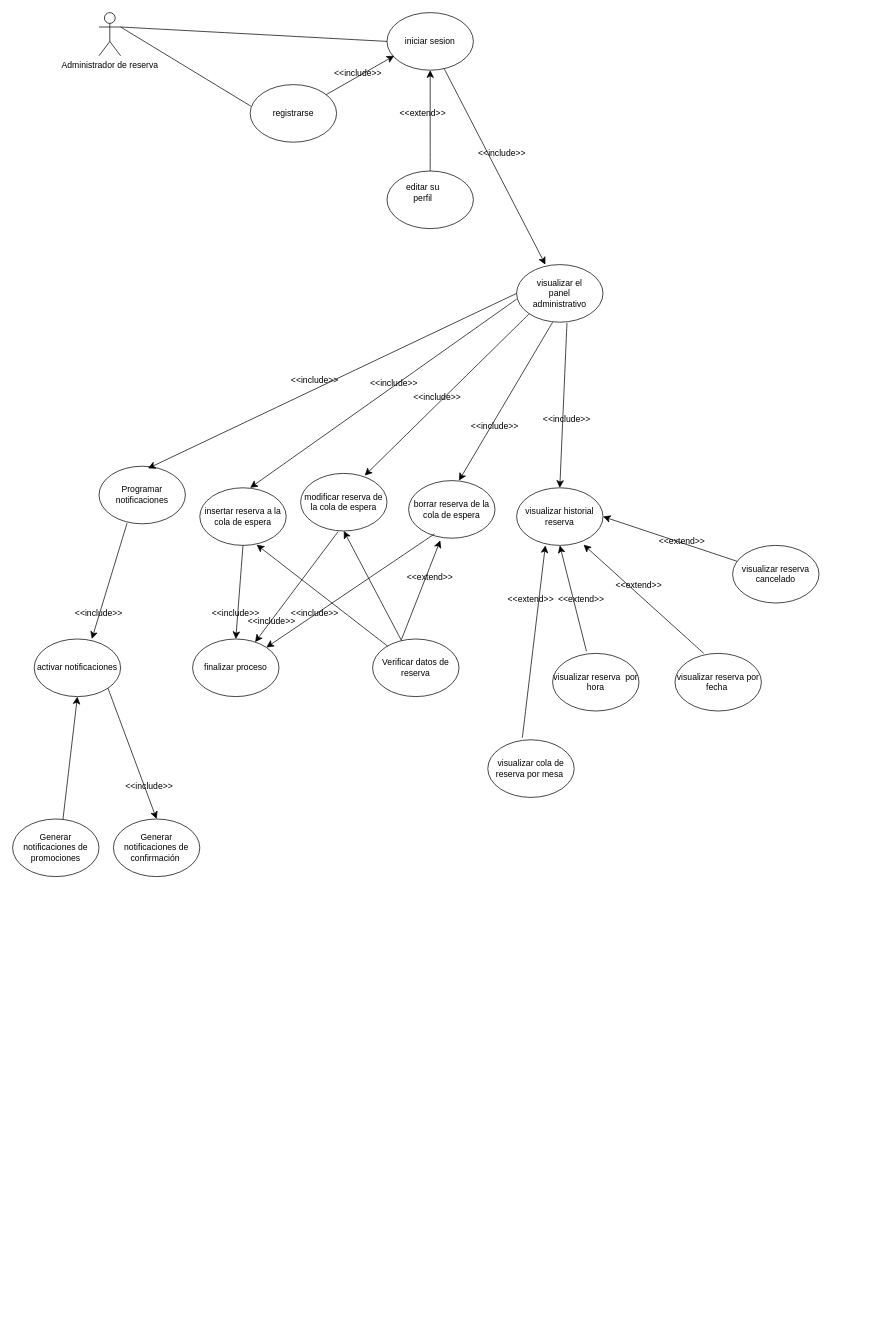
jessec01/database keeps this draw.io diagram as page "Página-1" (1 of 2) of diagrama de caso de uso.drawio. Above is the earlier version. Source tidied: cells renumbered, new cells numbered last; positions are measured from the earlier drawing's top-left corner, leaving out a move shared by most shapes. Both pictures are drawn from the tidied source at 72%, with x=0, y=0 at pixel (12, 12).
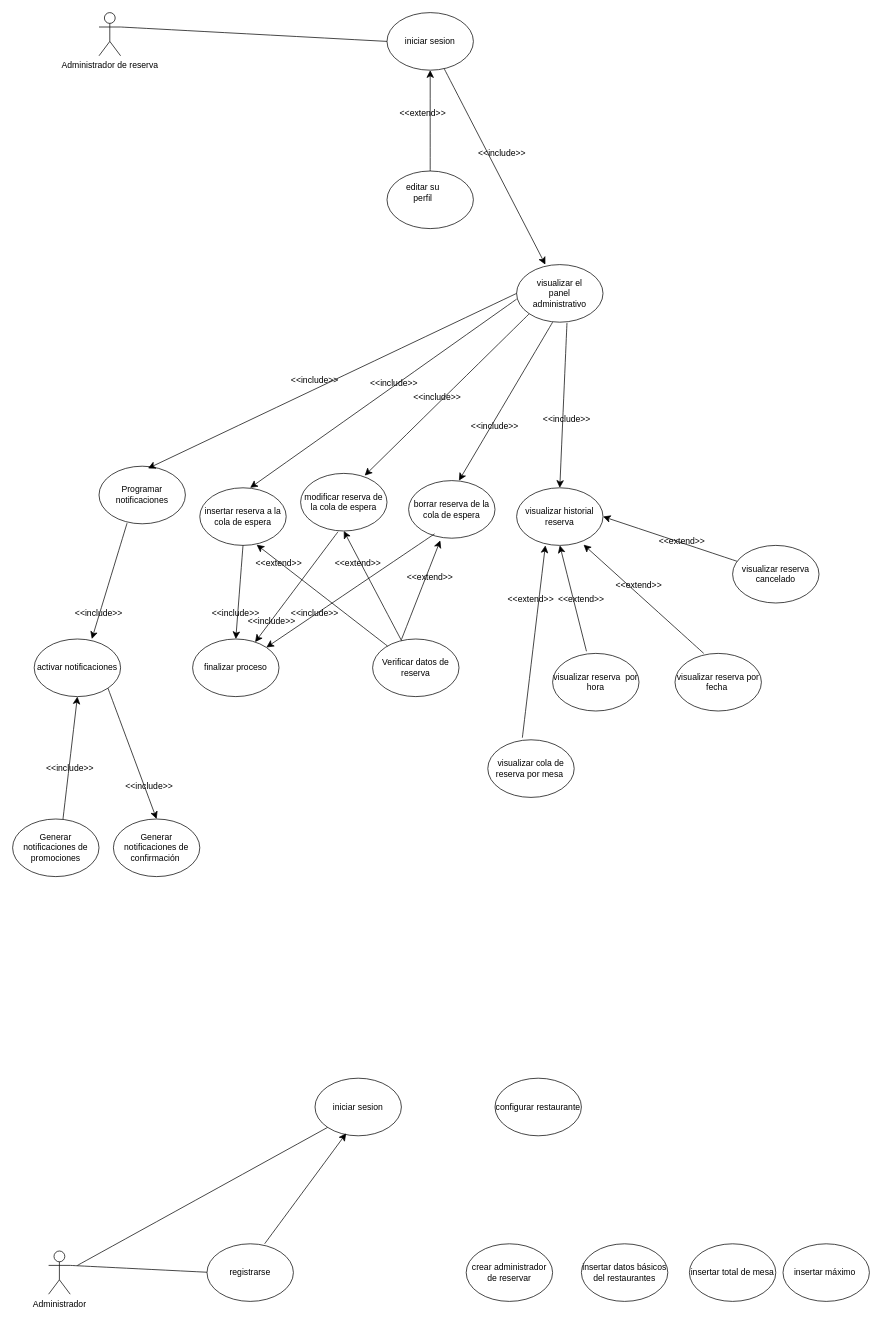
The same page after the edit.

Unchanged cells that the change refers to:
```xml
<mxCell id="2" value="Administrador de reserva" style="shape=umlActor;verticalLabelPosition=bottom;verticalAlign=top;html=1;outlineConnect=0;" parent="1" vertex="1">
  <mxGeometry x="120" width="30" height="60" as="geometry" />
</mxCell>
```

What changed in the source:
```diff
@@
-    <mxCell id="3" style="endArrow=none;html=1;rounded=0;fontSize=12;startSize=8;endSize=8;curved=1;exitX=1;exitY=0.3333333333333333;exitDx=0;exitDy=0;exitPerimeter=0;entryX=0.008;entryY=0.375;entryDx=0;entryDy=0;entryPerimeter=0;" parent="1" edge="1" source="2" target="4">
-      <mxGeometry relative="1" as="geometry" />
-    </mxCell>
-    <mxCell id="4" style="ellipse;whiteSpace=wrap;html=1;" parent="1" vertex="1">
-      <mxGeometry x="330" y="100" width="120" height="80" as="geometry" />
-    </mxCell>
-    <mxCell id="5" value="registrarse" style="text;html=1;align=center;verticalAlign=middle;whiteSpace=wrap;rounded=0;" parent="1" vertex="1">
-      <mxGeometry x="360" y="125" width="60" height="30" as="geometry" />
-    </mxCell>
@@
-    <mxCell id="13" style="endArrow=classic;html=1;rounded=0;fontSize=12;startSize=8;endSize=8;curved=1;" parent="1" edge="1" source="4">
-      <mxGeometry relative="1" as="geometry">
-        <mxPoint x="530" y="60" as="targetPoint" />
-      </mxGeometry>
-    </mxCell>
@@
-    <mxCell id="55" value="&amp;lt;&amp;lt;include&amp;gt;&amp;gt;" style="text;html=1;align=center;verticalAlign=middle;whiteSpace=wrap;rounded=0;" parent="1" vertex="1">
-      <mxGeometry x="450" y="70" width="60" height="30" as="geometry" />
-    </mxCell>
@@
+    <mxCell id="55" value="&amp;lt;&amp;lt;include&amp;gt;&amp;gt;" style="text;html=1;align=center;verticalAlign=middle;whiteSpace=wrap;rounded=0;" parent="1" vertex="1">
+      <mxGeometry x="50" y="1035" width="60" height="30" as="geometry" />
+    </mxCell>
+    <mxCell id="67" value="&amp;lt;&amp;lt;extend&amp;gt;&amp;gt;" style="text;html=1;align=center;verticalAlign=middle;whiteSpace=wrap;rounded=0;" parent="1" vertex="1">
+      <mxGeometry x="340" y="750" width="60" height="30" as="geometry" />
+    </mxCell>
+    <mxCell id="68" value="&amp;lt;&amp;lt;extend&amp;gt;&amp;gt;" style="text;html=1;align=center;verticalAlign=middle;whiteSpace=wrap;rounded=0;" parent="1" vertex="1">
+      <mxGeometry x="450" y="750" width="60" height="30" as="geometry" />
+    </mxCell>
+    <mxCell id="69" style="endArrow=none;html=1;rounded=0;fontSize=12;startSize=8;endSize=8;curved=1;exitX=1;exitY=0.3333333333333333;exitDx=0;exitDy=0;exitPerimeter=0;" parent="1" edge="1" source="70">
+      <mxGeometry relative="1" as="geometry">
+        <mxPoint x="280" y="1750" as="targetPoint" />
+      </mxGeometry>
+    </mxCell>
+    <mxCell id="70" value="Administrador&lt;div&gt;&lt;br&gt;&lt;/div&gt;" style="shape=umlActor;verticalLabelPosition=bottom;verticalAlign=top;html=1;outlineConnect=0;" parent="1" vertex="1">
+      <mxGeometry x="50" y="1720" width="30" height="60" as="geometry" />
+    </mxCell>
+    <mxCell id="5" value="registrarse" style="ellipse;whiteSpace=wrap;html=1;" parent="1" vertex="1">
+      <mxGeometry x="270" y="1710" width="120" height="80" as="geometry" />
+    </mxCell>
+    <mxCell id="71" value="iniciar sesion" style="ellipse;whiteSpace=wrap;html=1;" parent="1" vertex="1">
+      <mxGeometry x="420" y="1480" width="120" height="80" as="geometry" />
+    </mxCell>
+    <mxCell id="72" style="endArrow=none;html=1;rounded=0;fontSize=12;startSize=8;endSize=8;curved=1;entryX=0;entryY=1;entryDx=0;entryDy=0;" parent="1" edge="1" target="71">
+      <mxGeometry relative="1" as="geometry">
+        <mxPoint x="90" y="1740" as="sourcePoint" />
+      </mxGeometry>
+    </mxCell>
+    <mxCell id="73" style="endArrow=classic;html=1;rounded=0;fontSize=12;startSize=8;endSize=8;curved=1;entryX=0.361;entryY=0.958;entryDx=0;entryDy=0;entryPerimeter=0;exitX=0.667;exitY=0;exitDx=0;exitDy=0;exitPerimeter=0;" parent="1" edge="1" source="5" target="71">
+      <mxGeometry relative="1" as="geometry" />
+    </mxCell>
+    <mxCell id="74" value="configurar restaurante" style="ellipse;whiteSpace=wrap;html=1;" parent="1" vertex="1">
+      <mxGeometry x="670" y="1480" width="120" height="80" as="geometry" />
+    </mxCell>
+    <mxCell id="75" value="crear administrador de reservar" style="ellipse;whiteSpace=wrap;html=1;" parent="1" vertex="1">
+      <mxGeometry x="630" y="1710" width="120" height="80" as="geometry" />
+    </mxCell>
+    <mxCell id="76" value="insertar datos básicos del restaurantes" style="ellipse;whiteSpace=wrap;html=1;" parent="1" vertex="1">
+      <mxGeometry x="790" y="1710" width="120" height="80" as="geometry" />
+    </mxCell>
+    <mxCell id="77" value="insertar total de mesa" style="ellipse;whiteSpace=wrap;html=1;" parent="1" vertex="1">
+      <mxGeometry x="940" y="1710" width="120" height="80" as="geometry" />
+    </mxCell>
+    <mxCell id="78" value="insertar máximo&amp;nbsp;" style="ellipse;whiteSpace=wrap;html=1;" parent="1" vertex="1">
+      <mxGeometry x="1070" y="1710" width="120" height="80" as="geometry" />
+    </mxCell>
```
